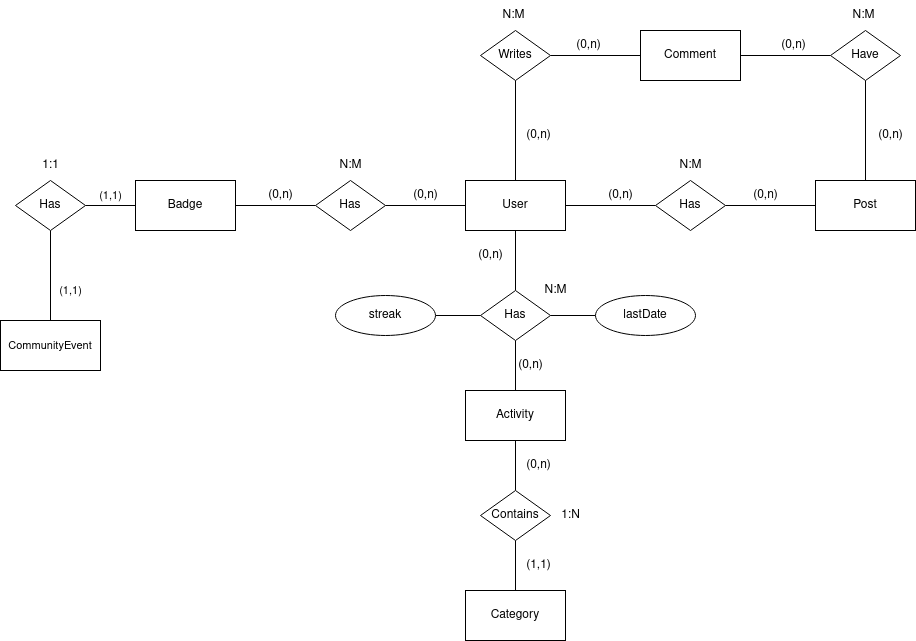
This is documentation/Entity–Relationship Diagram.drawio.png from JonayKB/Routine-Fights, a draw.io export, as it was before one commit. Source tidied: cells renumbered, new cells last; positions are measured from the earlier drawing's top-left corner, leaving out a move shared by most shapes.
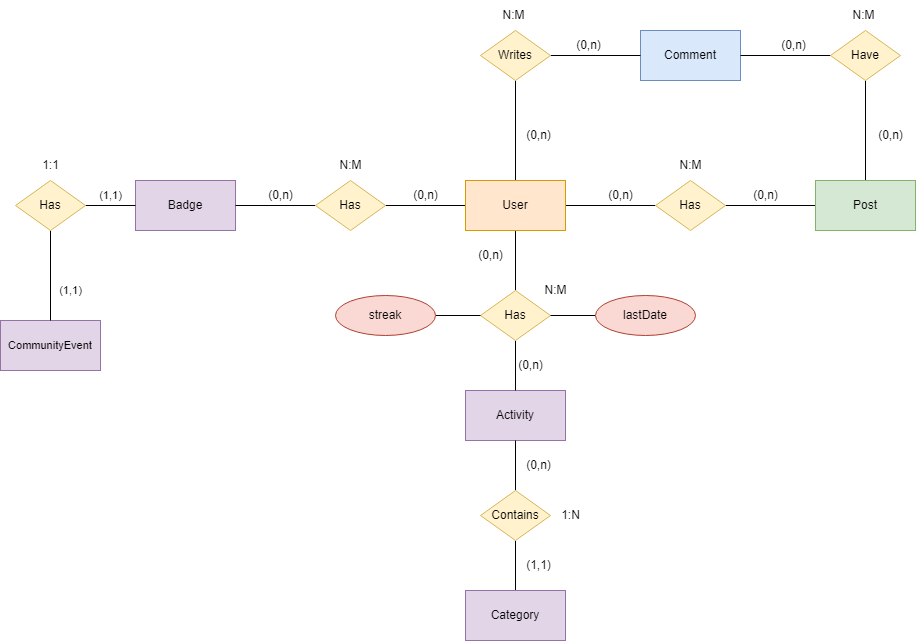
The same diagram one commit later.

Commit message:
feat(EntityRelationship Diagram): Added colors and fixed image properties

What changed in the source:
```diff
@@ -14,76 +14,76 @@
     <mxCell id="5" style="edgeStyle=orthogonalEdgeStyle;rounded=0;jettySize=auto;html=1;endArrow=none;endFill=0;" parent="1" edge="1" source="6" target="25">
       <mxGeometry relative="1" as="geometry" />
     </mxCell>
-    <mxCell id="6" value="User" style="html=1;dashed=0;whiteSpace=wrap;" parent="1" vertex="1">
+    <mxCell id="6" value="User" style="html=1;dashed=0;whiteSpace=wrap;fillColor=#ffe6cc;strokeColor=#d79b00;" parent="1" vertex="1">
       <mxGeometry x="465" y="180" width="100" height="50" as="geometry" />
     </mxCell>
-    <mxCell id="7" value="Badge" style="html=1;dashed=0;whiteSpace=wrap;" parent="1" vertex="1">
+    <mxCell id="7" value="Badge" style="html=1;dashed=0;whiteSpace=wrap;fillColor=#e1d5e7;strokeColor=#9673a6;" parent="1" vertex="1">
       <mxGeometry x="135" y="180" width="100" height="50" as="geometry" />
     </mxCell>
     <mxCell id="8" style="edgeStyle=orthogonalEdgeStyle;rounded=0;jettySize=auto;html=1;endArrow=none;endFill=0;" parent="1" edge="1" source="9" target="7">
       <mxGeometry relative="1" as="geometry" />
     </mxCell>
-    <mxCell id="9" value="Has" style="shape=rhombus;html=1;dashed=0;whiteSpace=wrap;perimeter=rhombusPerimeter;" parent="1" vertex="1">
+    <mxCell id="9" value="Has" style="shape=rhombus;html=1;dashed=0;whiteSpace=wrap;perimeter=rhombusPerimeter;fillColor=#fff2cc;strokeColor=#d6b656;" parent="1" vertex="1">
       <mxGeometry x="315" y="180" width="70" height="50" as="geometry" />
     </mxCell>
-    <mxCell id="10" value="Activity" style="html=1;dashed=0;whiteSpace=wrap;" parent="1" vertex="1">
+    <mxCell id="10" value="Activity" style="html=1;dashed=0;whiteSpace=wrap;fillColor=#e1d5e7;strokeColor=#9673a6;" parent="1" vertex="1">
       <mxGeometry x="465" y="390" width="100" height="50" as="geometry" />
     </mxCell>
     <mxCell id="11" style="edgeStyle=orthogonalEdgeStyle;rounded=0;jettySize=auto;html=1;endArrow=none;endFill=0;" parent="1" edge="1" source="12" target="10">
       <mxGeometry relative="1" as="geometry" />
     </mxCell>
-    <mxCell id="12" value="Has" style="shape=rhombus;html=1;dashed=0;whiteSpace=wrap;perimeter=rhombusPerimeter;" parent="1" vertex="1">
+    <mxCell id="12" value="Has" style="shape=rhombus;html=1;dashed=0;whiteSpace=wrap;perimeter=rhombusPerimeter;fillColor=#fff2cc;strokeColor=#d6b656;" parent="1" vertex="1">
       <mxGeometry x="480" y="290" width="70" height="50" as="geometry" />
     </mxCell>
     <mxCell id="13" style="edgeStyle=orthogonalEdgeStyle;rounded=0;jettySize=auto;html=1;endArrow=none;endFill=0;" parent="1" edge="1" source="14" target="16">
       <mxGeometry relative="1" as="geometry" />
     </mxCell>
-    <mxCell id="14" value="Category" style="html=1;dashed=0;whiteSpace=wrap;" parent="1" vertex="1">
+    <mxCell id="14" value="Category" style="html=1;dashed=0;whiteSpace=wrap;fillColor=#e1d5e7;strokeColor=#9673a6;" parent="1" vertex="1">
       <mxGeometry x="465" y="590" width="100" height="50" as="geometry" />
     </mxCell>
     <mxCell id="15" style="edgeStyle=orthogonalEdgeStyle;rounded=0;jettySize=auto;html=1;endArrow=none;endFill=0;" parent="1" edge="1" source="16" target="10">
       <mxGeometry relative="1" as="geometry" />
     </mxCell>
-    <mxCell id="16" value="Contains" style="shape=rhombus;html=1;dashed=0;whiteSpace=wrap;perimeter=rhombusPerimeter;" parent="1" vertex="1">
+    <mxCell id="16" value="Contains" style="shape=rhombus;html=1;dashed=0;whiteSpace=wrap;perimeter=rhombusPerimeter;fillColor=#fff2cc;strokeColor=#d6b656;" parent="1" vertex="1">
       <mxGeometry x="480" y="490" width="70" height="50" as="geometry" />
     </mxCell>
     <mxCell id="17" style="edgeStyle=orthogonalEdgeStyle;rounded=0;jettySize=auto;html=1;endArrow=none;endFill=0;" parent="1" edge="1" source="18" target="20">
       <mxGeometry relative="1" as="geometry" />
     </mxCell>
-    <mxCell id="18" value="Has" style="shape=rhombus;html=1;dashed=0;whiteSpace=wrap;perimeter=rhombusPerimeter;" parent="1" vertex="1">
+    <mxCell id="18" value="Has" style="shape=rhombus;html=1;dashed=0;whiteSpace=wrap;perimeter=rhombusPerimeter;fillColor=#fff2cc;strokeColor=#d6b656;" parent="1" vertex="1">
       <mxGeometry x="655" y="180" width="70" height="50" as="geometry" />
     </mxCell>
     <mxCell id="19" style="edgeStyle=orthogonalEdgeStyle;rounded=0;jettySize=auto;html=1;endArrow=none;endFill=0;" parent="1" edge="1" source="20" target="23">
       <mxGeometry relative="1" as="geometry" />
     </mxCell>
-    <mxCell id="20" value="Post" style="html=1;dashed=0;whiteSpace=wrap;" parent="1" vertex="1">
+    <mxCell id="20" value="Post" style="html=1;dashed=0;whiteSpace=wrap;fillColor=#d5e8d4;strokeColor=#82b366;" parent="1" vertex="1">
       <mxGeometry x="815" y="180" width="100" height="50" as="geometry" />
     </mxCell>
-    <mxCell id="21" value="Comment" style="html=1;dashed=0;whiteSpace=wrap;" parent="1" vertex="1">
+    <mxCell id="21" value="Comment" style="html=1;dashed=0;whiteSpace=wrap;fillColor=#dae8fc;strokeColor=#6c8ebf;" parent="1" vertex="1">
       <mxGeometry x="640" y="30" width="100" height="50" as="geometry" />
     </mxCell>
     <mxCell id="22" style="edgeStyle=orthogonalEdgeStyle;rounded=0;jettySize=auto;html=1;endArrow=none;endFill=0;" parent="1" edge="1" source="23" target="21">
       <mxGeometry relative="1" as="geometry" />
     </mxCell>
-    <mxCell id="23" value="Have" style="shape=rhombus;html=1;dashed=0;whiteSpace=wrap;perimeter=rhombusPerimeter;" parent="1" vertex="1">
+    <mxCell id="23" value="Have" style="shape=rhombus;html=1;dashed=0;whiteSpace=wrap;perimeter=rhombusPerimeter;fillColor=#fff2cc;strokeColor=#d6b656;" parent="1" vertex="1">
       <mxGeometry x="830" y="30" width="70" height="50" as="geometry" />
     </mxCell>
     <mxCell id="24" style="edgeStyle=orthogonalEdgeStyle;rounded=0;jettySize=auto;html=1;endArrow=none;endFill=0;" parent="1" edge="1" source="25" target="21">
       <mxGeometry relative="1" as="geometry" />
     </mxCell>
-    <mxCell id="25" value="Writes" style="shape=rhombus;html=1;dashed=0;whiteSpace=wrap;perimeter=rhombusPerimeter;" parent="1" vertex="1">
+    <mxCell id="25" value="Writes" style="shape=rhombus;html=1;dashed=0;whiteSpace=wrap;perimeter=rhombusPerimeter;fillColor=#fff2cc;strokeColor=#d6b656;" parent="1" vertex="1">
       <mxGeometry x="480" y="30" width="70" height="50" as="geometry" />
     </mxCell>
     <mxCell id="26" style="edgeStyle=orthogonalEdgeStyle;rounded=0;jettySize=auto;html=1;endArrow=none;endFill=0;" parent="1" edge="1" source="27" target="12">
       <mxGeometry relative="1" as="geometry" />
     </mxCell>
-    <mxCell id="27" value="streak" style="ellipse;whiteSpace=wrap;html=1;align=center;" parent="1" vertex="1">
+    <mxCell id="27" value="streak" style="ellipse;whiteSpace=wrap;html=1;align=center;fillColor=#fad9d5;strokeColor=#ae4132;" parent="1" vertex="1">
       <mxGeometry x="335" y="295" width="100" height="40" as="geometry" />
     </mxCell>
     <mxCell id="28" style="edgeStyle=orthogonalEdgeStyle;rounded=0;jettySize=auto;html=1;endArrow=none;endFill=0;" parent="1" edge="1" source="29" target="12">
       <mxGeometry relative="1" as="geometry" />
     </mxCell>
-    <mxCell id="29" value="lastDate" style="ellipse;whiteSpace=wrap;html=1;align=center;" parent="1" vertex="1">
+    <mxCell id="29" value="lastDate" style="ellipse;whiteSpace=wrap;html=1;align=center;fillColor=#fad9d5;strokeColor=#ae4132;" parent="1" vertex="1">
       <mxGeometry x="595" y="295" width="100" height="40" as="geometry" />
     </mxCell>
     <mxCell id="30" value="(0,n)" style="text;html=1;align=center;verticalAlign=middle;strokeColor=none;fillColor=none;" parent="1" vertex="1">
@@ -140,7 +140,7 @@
     <mxCell id="47" value="1:N" style="text;html=1;align=center;verticalAlign=middle;strokeColor=none;fillColor=none;" parent="1" vertex="1">
       <mxGeometry x="550" y="500" width="40" height="30" as="geometry" />
     </mxCell>
-    <mxCell id="48" value="CommunityEvent" style="html=1;dashed=0;whiteSpace=wrap;fontFamily=Helvetica;fontSize=11;fontColor=default;labelBackgroundColor=default;" parent="1" vertex="1">
+    <mxCell id="48" value="CommunityEvent" style="html=1;dashed=0;whiteSpace=wrap;fontFamily=Helvetica;fontSize=11;labelBackgroundColor=none;fillColor=#e1d5e7;strokeColor=#9673a6;" parent="1" vertex="1">
       <mxGeometry y="320" width="100" height="50" as="geometry" />
     </mxCell>
     <mxCell id="49" style="edgeStyle=orthogonalEdgeStyle;shape=connector;rounded=0;jettySize=auto;html=1;strokeColor=default;align=center;verticalAlign=middle;fontFamily=Helvetica;fontSize=11;fontColor=default;labelBackgroundColor=default;endArrow=none;endFill=0;" parent="1" edge="1" source="51" target="7">
@@ -149,13 +149,13 @@
     <mxCell id="50" style="edgeStyle=orthogonalEdgeStyle;shape=connector;rounded=0;jettySize=auto;html=1;strokeColor=default;align=center;verticalAlign=middle;fontFamily=Helvetica;fontSize=11;fontColor=default;labelBackgroundColor=default;endArrow=none;endFill=0;" parent="1" edge="1" source="51" target="48">
       <mxGeometry relative="1" as="geometry" />
     </mxCell>
-    <mxCell id="51" value="Has" style="shape=rhombus;html=1;dashed=0;whiteSpace=wrap;perimeter=rhombusPerimeter;" parent="1" vertex="1">
+    <mxCell id="51" value="Has" style="shape=rhombus;html=1;dashed=0;whiteSpace=wrap;perimeter=rhombusPerimeter;fillColor=#fff2cc;strokeColor=#d6b656;" parent="1" vertex="1">
       <mxGeometry x="15" y="180" width="70" height="50" as="geometry" />
     </mxCell>
-    <mxCell id="52" value="(1,1)" style="text;html=1;align=center;verticalAlign=middle;strokeColor=none;fillColor=none;fontFamily=Helvetica;fontSize=11;fontColor=default;labelBackgroundColor=default;" parent="1" vertex="1">
+    <mxCell id="52" value="(1,1)" style="text;html=1;align=center;verticalAlign=middle;strokeColor=none;fillColor=none;fontFamily=Helvetica;fontSize=11;fontColor=default;labelBackgroundColor=none;" parent="1" vertex="1">
       <mxGeometry x="45" y="275" width="50" height="30" as="geometry" />
     </mxCell>
-    <mxCell id="53" value="(1,1)" style="text;html=1;align=center;verticalAlign=middle;strokeColor=none;fillColor=none;fontFamily=Helvetica;fontSize=11;fontColor=default;labelBackgroundColor=default;" parent="1" vertex="1">
+    <mxCell id="53" value="(1,1)" style="text;html=1;align=center;verticalAlign=middle;strokeColor=none;fillColor=none;fontFamily=Helvetica;fontSize=11;fontColor=default;labelBackgroundColor=none;" parent="1" vertex="1">
       <mxGeometry x="85" y="180" width="50" height="30" as="geometry" />
     </mxCell>
     <mxCell id="54" value="1:1" style="text;html=1;align=center;verticalAlign=middle;strokeColor=none;fillColor=none;" parent="1" vertex="1">
```
